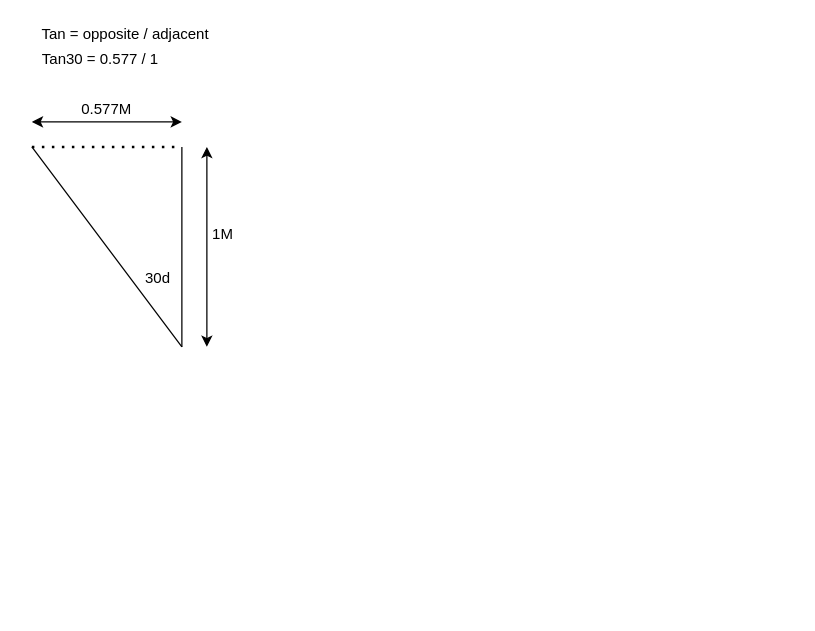
Before: page "Page-1" (1 of 2) of Projection.drawio in ThunkingMan/CPP-VSC-OpenGL-RayTrace, a draw.io diagram. Source tidied: cells renumbered, new cells numbered last; positions are measured from the earlier drawing's top-left corner, leaving out a move shared by most shapes. Both pictures are drawn from the tidied source at 125%, with x=0, y=0 at pixel (31, 21).
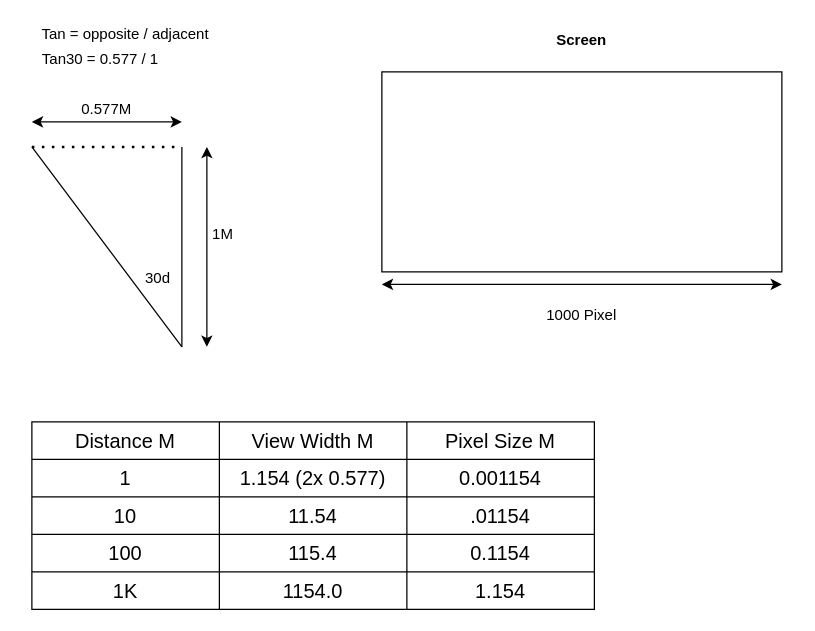
The same page after the edit.

Change to the diagram source:
```diff
@@
+    <mxCell id="12" value="Screen" style="text;html=1;align=center;verticalAlign=middle;whiteSpace=wrap;rounded=0;fontStyle=1;" parent="1" vertex="1">
+      <mxGeometry x="410" width="60" height="30" as="geometry" />
+    </mxCell>
+    <mxCell id="13" style="rounded=0;whiteSpace=wrap;html=1;fillColor=none;" parent="1" vertex="1">
+      <mxGeometry x="280" y="40" width="320" height="160" as="geometry" />
+    </mxCell>
+    <mxCell id="14" value="1000 Pixel" style="text;html=1;align=center;verticalAlign=middle;whiteSpace=wrap;rounded=0;" parent="1" vertex="1">
+      <mxGeometry x="410" y="220" width="60" height="30" as="geometry" />
+    </mxCell>
+    <mxCell id="15" style="endArrow=classic;startArrow=classic;html=1;" parent="1" edge="1">
+      <mxGeometry relative="1" as="geometry">
+        <mxPoint x="280" y="210" as="sourcePoint" />
+        <mxPoint x="600" y="210" as="targetPoint" />
+      </mxGeometry>
+    </mxCell>
+    <mxCell id="16" style="shape=table;startSize=0;childLayout=tableLayout;fontSize=16;" parent="1" vertex="1">
+      <mxGeometry y="320" width="450" height="150" as="geometry" />
+    </mxCell>
+    <mxCell id="17" style="shape=tableRow;horizontal=0;startSize=0;swimlaneHead=0;swimlaneBody=0;strokeColor=inherit;top=0;left=0;bottom=0;right=0;fillColor=none;fontSize=16;" parent="16" vertex="1">
+      <mxGeometry width="450" height="30" as="geometry" />
+    </mxCell>
+    <mxCell id="18" value="Distance M" style="shape=partialRectangle;html=1;whiteSpace=wrap;strokeColor=inherit;overflow=hidden;fillColor=none;top=0;left=0;bottom=0;right=0;fontSize=16;" parent="17" vertex="1">
+      <mxGeometry width="150" height="30" as="geometry" />
+    </mxCell>
+    <mxCell id="19" value="View Width M" style="shape=partialRectangle;html=1;whiteSpace=wrap;strokeColor=inherit;overflow=hidden;fillColor=none;top=0;left=0;bottom=0;right=0;fontSize=16;" parent="17" vertex="1">
+      <mxGeometry x="150" width="150" height="30" as="geometry" />
+    </mxCell>
+    <mxCell id="20" value="Pixel Size M" style="shape=partialRectangle;html=1;whiteSpace=wrap;strokeColor=inherit;overflow=hidden;fillColor=none;top=0;left=0;bottom=0;right=0;fontSize=16;" parent="17" vertex="1">
+      <mxGeometry x="300" width="150" height="30" as="geometry" />
+    </mxCell>
+    <mxCell id="21" style="shape=tableRow;horizontal=0;startSize=0;swimlaneHead=0;swimlaneBody=0;strokeColor=inherit;top=0;left=0;bottom=0;right=0;fillColor=none;fontSize=16;" parent="16" vertex="1">
+      <mxGeometry y="30" width="450" height="30" as="geometry" />
+    </mxCell>
+    <mxCell id="22" value="1" style="shape=partialRectangle;html=1;whiteSpace=wrap;strokeColor=inherit;overflow=hidden;fillColor=none;top=0;left=0;bottom=0;right=0;fontSize=16;" parent="21" vertex="1">
+      <mxGeometry width="150" height="30" as="geometry" />
+    </mxCell>
+    <mxCell id="23" value="1.154 (2x 0.577)" style="shape=partialRectangle;html=1;whiteSpace=wrap;strokeColor=inherit;overflow=hidden;fillColor=none;top=0;left=0;bottom=0;right=0;fontSize=16;" parent="21" vertex="1">
+      <mxGeometry x="150" width="150" height="30" as="geometry" />
+    </mxCell>
+    <mxCell id="24" value="0.001154" style="shape=partialRectangle;html=1;whiteSpace=wrap;strokeColor=inherit;overflow=hidden;fillColor=none;top=0;left=0;bottom=0;right=0;fontSize=16;" parent="21" vertex="1">
+      <mxGeometry x="300" width="150" height="30" as="geometry" />
+    </mxCell>
+    <mxCell id="25" style="shape=tableRow;horizontal=0;startSize=0;swimlaneHead=0;swimlaneBody=0;strokeColor=inherit;top=0;left=0;bottom=0;right=0;fillColor=none;fontSize=16;" parent="16" vertex="1">
+      <mxGeometry y="60" width="450" height="30" as="geometry" />
+    </mxCell>
+    <mxCell id="26" value="10" style="shape=partialRectangle;html=1;whiteSpace=wrap;strokeColor=inherit;overflow=hidden;fillColor=none;top=0;left=0;bottom=0;right=0;fontSize=16;" parent="25" vertex="1">
+      <mxGeometry width="150" height="30" as="geometry" />
+    </mxCell>
+    <mxCell id="27" value="11.54" style="shape=partialRectangle;html=1;whiteSpace=wrap;strokeColor=inherit;overflow=hidden;fillColor=none;top=0;left=0;bottom=0;right=0;fontSize=16;" parent="25" vertex="1">
+      <mxGeometry x="150" width="150" height="30" as="geometry" />
+    </mxCell>
+    <mxCell id="28" value=".01154" style="shape=partialRectangle;html=1;whiteSpace=wrap;strokeColor=inherit;overflow=hidden;fillColor=none;top=0;left=0;bottom=0;right=0;fontSize=16;" parent="25" vertex="1">
+      <mxGeometry x="300" width="150" height="30" as="geometry" />
+    </mxCell>
+    <mxCell id="29" style="shape=tableRow;horizontal=0;startSize=0;swimlaneHead=0;swimlaneBody=0;strokeColor=inherit;top=0;left=0;bottom=0;right=0;fillColor=none;fontSize=16;" parent="16" vertex="1">
+      <mxGeometry y="90" width="450" height="30" as="geometry" />
+    </mxCell>
+    <mxCell id="30" value="100" style="shape=partialRectangle;html=1;whiteSpace=wrap;strokeColor=inherit;overflow=hidden;fillColor=none;top=0;left=0;bottom=0;right=0;fontSize=16;" parent="29" vertex="1">
+      <mxGeometry width="150" height="30" as="geometry" />
+    </mxCell>
+    <mxCell id="31" value="115.4" style="shape=partialRectangle;html=1;whiteSpace=wrap;strokeColor=inherit;overflow=hidden;fillColor=none;top=0;left=0;bottom=0;right=0;fontSize=16;" parent="29" vertex="1">
+      <mxGeometry x="150" width="150" height="30" as="geometry" />
+    </mxCell>
+    <mxCell id="32" value="0.1154" style="shape=partialRectangle;html=1;whiteSpace=wrap;strokeColor=inherit;overflow=hidden;fillColor=none;top=0;left=0;bottom=0;right=0;fontSize=16;" parent="29" vertex="1">
+      <mxGeometry x="300" width="150" height="30" as="geometry" />
+    </mxCell>
+    <mxCell id="33" style="shape=tableRow;horizontal=0;startSize=0;swimlaneHead=0;swimlaneBody=0;strokeColor=inherit;top=0;left=0;bottom=0;right=0;fillColor=none;fontSize=16;" parent="16" vertex="1">
+      <mxGeometry y="120" width="450" height="30" as="geometry" />
+    </mxCell>
+    <mxCell id="34" value="1K" style="shape=partialRectangle;html=1;whiteSpace=wrap;strokeColor=inherit;overflow=hidden;fillColor=none;top=0;left=0;bottom=0;right=0;fontSize=16;" parent="33" vertex="1">
+      <mxGeometry width="150" height="30" as="geometry" />
+    </mxCell>
+    <mxCell id="35" value="1154.0" style="shape=partialRectangle;html=1;whiteSpace=wrap;strokeColor=inherit;overflow=hidden;fillColor=none;top=0;left=0;bottom=0;right=0;fontSize=16;" parent="33" vertex="1">
+      <mxGeometry x="150" width="150" height="30" as="geometry" />
+    </mxCell>
+    <mxCell id="36" value="1.154" style="shape=partialRectangle;html=1;whiteSpace=wrap;strokeColor=inherit;overflow=hidden;fillColor=none;top=0;left=0;bottom=0;right=0;fontSize=16;" parent="33" vertex="1">
+      <mxGeometry x="300" width="150" height="30" as="geometry" />
+    </mxCell>
```
